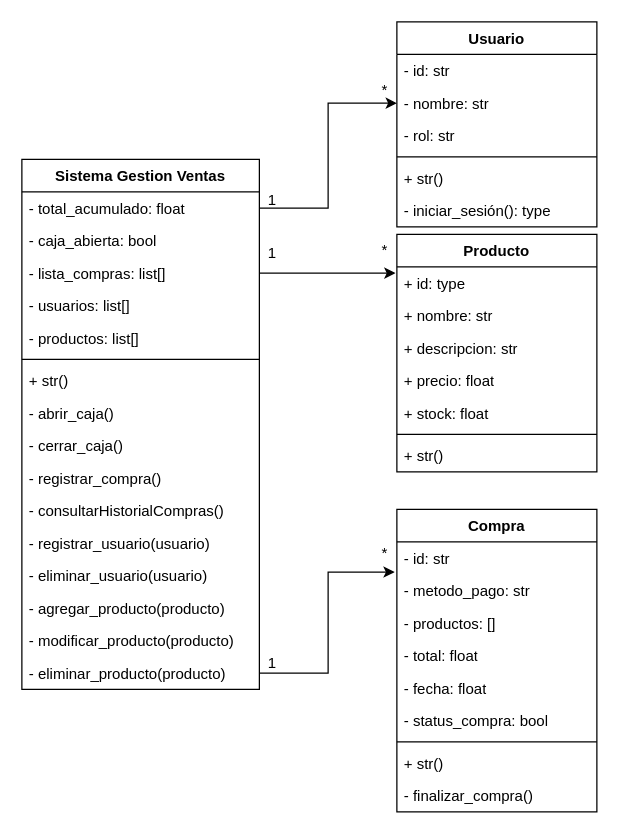
Earlier version of the draw.io diagram SistemaKiosco.drawio (Ren991/SistemaQuioscoPY). Source tidied: cells renumbered, new cells numbered last; positions are measured from the earlier drawing's top-left corner, leaving out a move shared by most shapes. Both pictures are drawn from the tidied source at 125%, with x=0, y=0 at pixel (21, 21).
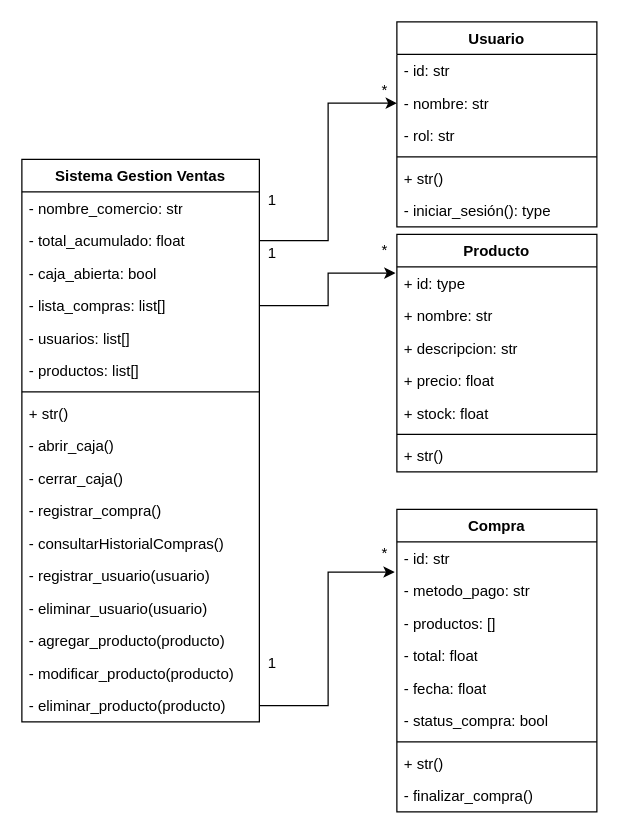
Above is the later version.

Commit message (it also covers changes not shown here):
clase SistemaGestionVentas y modificación de UML

The edit, as a diff of the source:
```diff
@@
     <mxCell id="17" value="Sistema Gestion Ventas" style="swimlane;fontStyle=1;align=center;verticalAlign=top;horizontal=1;startSize=26;whiteSpace=wrap;html=1;" parent="1" vertex="1">
-      <mxGeometry y="110" width="190" height="424" as="geometry" />
+      <mxGeometry y="110" width="190" height="450" as="geometry" />
     </mxCell>
+    <mxCell id="53" value="- nombre_comercio: str" style="text;strokeColor=none;fillColor=none;align=left;verticalAlign=top;spacingLeft=4;spacingRight=4;overflow=hidden;whiteSpace=wrap;html=1;" parent="17" vertex="1">
+      <mxGeometry y="26" width="190" height="26" as="geometry" />
+    </mxCell>
     <mxCell id="18" value="- total_acumulado: float" style="text;strokeColor=none;fillColor=none;align=left;verticalAlign=top;spacingLeft=4;spacingRight=4;overflow=hidden;points=[[0,0.5],[1,0.5]];portConstraint=eastwest;whiteSpace=wrap;html=1;" parent="17" vertex="1">
-      <mxGeometry y="26" width="190" height="26" as="geometry" />
+      <mxGeometry y="52" width="190" height="26" as="geometry" />
     </mxCell>
     <mxCell id="19" value="- caja_abierta: bool" style="text;strokeColor=none;fillColor=none;align=left;verticalAlign=top;spacingLeft=4;spacingRight=4;overflow=hidden;whiteSpace=wrap;html=1;" parent="17" vertex="1">
-      <mxGeometry y="52" width="190" height="26" as="geometry" />
+      <mxGeometry y="78" width="190" height="26" as="geometry" />
     </mxCell>
     <mxCell id="20" value="- lista_compras: list[]&amp;nbsp;" style="text;strokeColor=none;fillColor=none;align=left;verticalAlign=top;spacingLeft=4;spacingRight=4;overflow=hidden;points=[[0,0.5],[1,0.5]];portConstraint=eastwest;whiteSpace=wrap;html=1;" parent="17" vertex="1">
-      <mxGeometry y="78" width="190" height="26" as="geometry" />
+      <mxGeometry y="104" width="190" height="26" as="geometry" />
     </mxCell>
     <mxCell id="21" value="- usuarios: list[]&amp;nbsp;" style="text;strokeColor=none;fillColor=none;align=left;verticalAlign=top;spacingLeft=4;spacingRight=4;overflow=hidden;whiteSpace=wrap;html=1;" parent="17" vertex="1">
-      <mxGeometry y="104" width="190" height="26" as="geometry" />
+      <mxGeometry y="130" width="190" height="26" as="geometry" />
     </mxCell>
     <mxCell id="22" value="- productos: list[]&amp;nbsp;" style="text;strokeColor=none;fillColor=none;align=left;verticalAlign=top;spacingLeft=4;spacingRight=4;overflow=hidden;whiteSpace=wrap;html=1;" parent="17" vertex="1">
-      <mxGeometry y="130" width="190" height="26" as="geometry" />
+      <mxGeometry y="156" width="190" height="26" as="geometry" />
     </mxCell>
     <mxCell id="23" style="line;strokeWidth=1;fillColor=none;align=left;verticalAlign=middle;spacingTop=-1;spacingLeft=3;spacingRight=3;labelPosition=right;strokeColor=inherit;" parent="17" vertex="1">
-      <mxGeometry y="156" width="190" height="8" as="geometry" />
+      <mxGeometry y="182" width="190" height="8" as="geometry" />
     </mxCell>
     <mxCell id="24" value="+ str()" style="text;strokeColor=none;fillColor=none;align=left;verticalAlign=top;spacingLeft=4;spacingRight=4;overflow=hidden;whiteSpace=wrap;html=1;" parent="17" vertex="1">
-      <mxGeometry y="164" width="190" height="26" as="geometry" />
+      <mxGeometry y="190" width="190" height="26" as="geometry" />
     </mxCell>
     <mxCell id="25" value="- abrir_caja()" style="text;strokeColor=none;fillColor=none;align=left;verticalAlign=top;spacingLeft=4;spacingRight=4;overflow=hidden;whiteSpace=wrap;html=1;" parent="17" vertex="1">
-      <mxGeometry y="190" width="190" height="26" as="geometry" />
+      <mxGeometry y="216" width="190" height="26" as="geometry" />
     </mxCell>
     <mxCell id="26" value="- cerrar_caja()" style="text;strokeColor=none;fillColor=none;align=left;verticalAlign=top;spacingLeft=4;spacingRight=4;overflow=hidden;whiteSpace=wrap;html=1;" parent="17" vertex="1">
-      <mxGeometry y="216" width="190" height="26" as="geometry" />
+      <mxGeometry y="242" width="190" height="26" as="geometry" />
     </mxCell>
     <mxCell id="27" value="- registrar_compra()" style="text;strokeColor=none;fillColor=none;align=left;verticalAlign=top;spacingLeft=4;spacingRight=4;overflow=hidden;whiteSpace=wrap;html=1;" parent="17" vertex="1">
-      <mxGeometry y="242" width="190" height="26" as="geometry" />
+      <mxGeometry y="268" width="190" height="26" as="geometry" />
     </mxCell>
     <mxCell id="28" value="- consultarHistorialCompras()" style="text;strokeColor=none;fillColor=none;align=left;verticalAlign=top;spacingLeft=4;spacingRight=4;overflow=hidden;whiteSpace=wrap;html=1;" parent="17" vertex="1">
-      <mxGeometry y="268" width="190" height="26" as="geometry" />
+      <mxGeometry y="294" width="190" height="26" as="geometry" />
     </mxCell>
     <mxCell id="29" value="- registrar_usuario(usuario)" style="text;strokeColor=none;fillColor=none;align=left;verticalAlign=top;spacingLeft=4;spacingRight=4;overflow=hidden;whiteSpace=wrap;html=1;" parent="17" vertex="1">
-      <mxGeometry y="294" width="190" height="26" as="geometry" />
+      <mxGeometry y="320" width="190" height="26" as="geometry" />
     </mxCell>
     <mxCell id="30" value="- eliminar_usuario(usuario)" style="text;strokeColor=none;fillColor=none;align=left;verticalAlign=top;spacingLeft=4;spacingRight=4;overflow=hidden;whiteSpace=wrap;html=1;" parent="17" vertex="1">
-      <mxGeometry y="320" width="190" height="26" as="geometry" />
+      <mxGeometry y="346" width="190" height="26" as="geometry" />
     </mxCell>
     <mxCell id="31" value="- agregar_producto(producto)" style="text;strokeColor=none;fillColor=none;align=left;verticalAlign=top;spacingLeft=4;spacingRight=4;overflow=hidden;whiteSpace=wrap;html=1;" parent="17" vertex="1">
-      <mxGeometry y="346" width="190" height="26" as="geometry" />
+      <mxGeometry y="372" width="190" height="26" as="geometry" />
     </mxCell>
     <mxCell id="32" value="- modificar_producto(producto)" style="text;strokeColor=none;fillColor=none;align=left;verticalAlign=top;spacingLeft=4;spacingRight=4;overflow=hidden;whiteSpace=wrap;html=1;" parent="17" vertex="1">
-      <mxGeometry y="372" width="190" height="26" as="geometry" />
+      <mxGeometry y="398" width="190" height="26" as="geometry" />
     </mxCell>
     <mxCell id="33" value="- eliminar_producto(producto)" style="text;strokeColor=none;fillColor=none;align=left;verticalAlign=top;spacingLeft=4;spacingRight=4;overflow=hidden;points=[[0,0.5],[1,0.5]];portConstraint=eastwest;whiteSpace=wrap;html=1;" parent="17" vertex="1">
-      <mxGeometry y="398" width="190" height="26" as="geometry" />
+      <mxGeometry y="424" width="190" height="26" as="geometry" />
     </mxCell>
```
